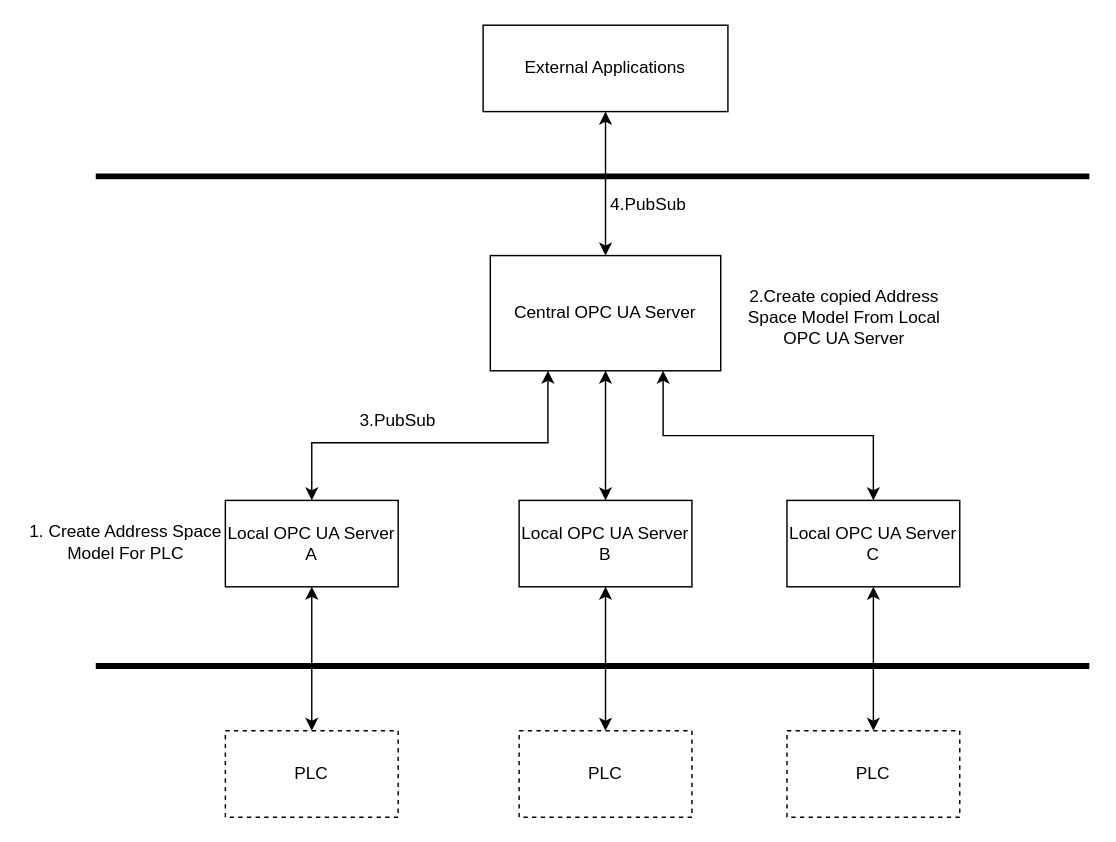
zxx8808/draw keeps this draw.io diagram as design/Untitled Diagram.drawio. Above is the earlier version. Source tidied: cells renumbered, new cells numbered last; positions are measured from the earlier drawing's top-left corner, leaving out a move shared by most shapes. Both pictures are drawn from the tidied source at 144%, with x=0, y=0 at pixel (24, 24).
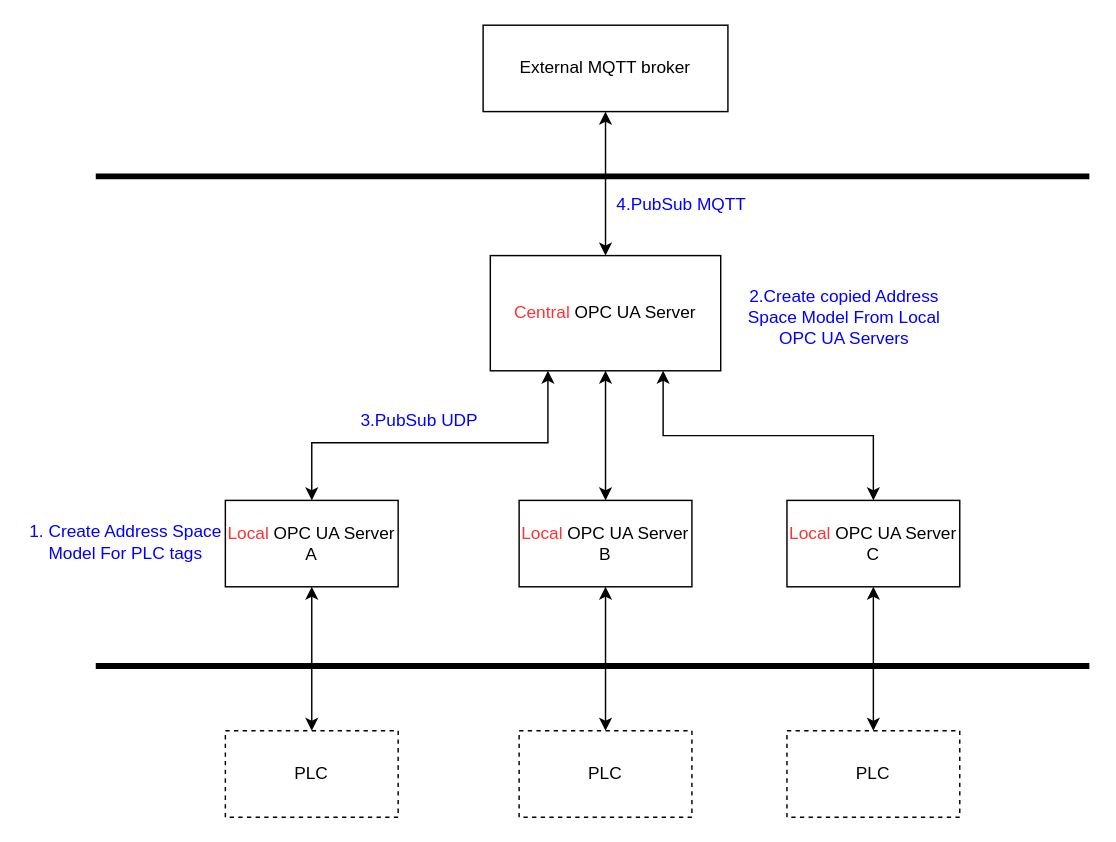
The same diagram, later.

Commit message:
chained opc ua.drawio

Diff of the diagram source:
```diff
@@
-    <mxCell id="3" value="Central OPC UA Server" style="rounded=0;whiteSpace=wrap;html=1;" parent="1" vertex="1">
+    <mxCell id="3" value="&lt;font color=&quot;#ff3333&quot;&gt;Central &lt;/font&gt;OPC UA Server" style="rounded=0;whiteSpace=wrap;html=1;" parent="1" vertex="1">
       <mxGeometry x="323" y="160" width="160" height="80" as="geometry" />
     </mxCell>
@@
-    <mxCell id="6" value="Local OPC UA Server A" style="rounded=0;whiteSpace=wrap;html=1;" parent="1" vertex="1">
+    <mxCell id="6" value="&lt;font color=&quot;#ff3333&quot;&gt;Local&lt;/font&gt; OPC UA Server A" style="rounded=0;whiteSpace=wrap;html=1;" parent="1" vertex="1">
       <mxGeometry x="139" y="330" width="120" height="60" as="geometry" />
     </mxCell>
@@
-    <mxCell id="8" value="3.PubSub" style="text;html=1;strokeColor=none;fillColor=none;align=center;verticalAlign=middle;whiteSpace=wrap;rounded=0;" parent="1" vertex="1">
-      <mxGeometry x="229" y="260" width="60" height="30" as="geometry" />
+    <mxCell id="8" value="&lt;font color=&quot;#0000ff&quot;&gt;3.PubSub UDP&lt;/font&gt;" style="text;html=1;strokeColor=none;fillColor=none;align=center;verticalAlign=middle;whiteSpace=wrap;rounded=0;" parent="1" vertex="1">
+      <mxGeometry x="229" y="260" width="90" height="30" as="geometry" />
     </mxCell>
-    <mxCell id="9" value="4.PubSub" style="text;html=1;strokeColor=none;fillColor=none;align=center;verticalAlign=middle;whiteSpace=wrap;rounded=0;" parent="1" vertex="1">
-      <mxGeometry x="403" y="110" width="60" height="30" as="geometry" />
+    <mxCell id="9" value="&lt;font color=&quot;#0000ff&quot;&gt;4.PubSub MQTT&lt;/font&gt;" style="text;html=1;strokeColor=none;fillColor=none;align=center;verticalAlign=middle;whiteSpace=wrap;rounded=0;" parent="1" vertex="1">
+      <mxGeometry x="403" y="110" width="106" height="30" as="geometry" />
     </mxCell>
@@
-    <mxCell id="12" value="1. Create Address Space Model For PLC" style="text;html=1;strokeColor=none;fillColor=none;align=center;verticalAlign=middle;whiteSpace=wrap;rounded=0;" parent="1" vertex="1">
+    <mxCell id="12" value="&lt;font color=&quot;#0000ff&quot;&gt;1. Create Address Space Model For PLC tags&lt;/font&gt;" style="text;html=1;strokeColor=none;fillColor=none;align=center;verticalAlign=middle;whiteSpace=wrap;rounded=0;" parent="1" vertex="1">
       <mxGeometry y="344" width="140" height="30" as="geometry" />
     </mxCell>
-    <mxCell id="13" value="2.Create copied Address Space Model From Local OPC UA Server" style="text;html=1;strokeColor=none;fillColor=none;align=center;verticalAlign=middle;whiteSpace=wrap;rounded=0;" parent="1" vertex="1">
+    <mxCell id="13" value="&lt;font color=&quot;#0000ff&quot;&gt;2.Create copied Address Space Model From Local OPC UA Servers&lt;/font&gt;" style="text;html=1;strokeColor=none;fillColor=none;align=center;verticalAlign=middle;whiteSpace=wrap;rounded=0;" parent="1" vertex="1">
       <mxGeometry x="499" y="180" width="140" height="45" as="geometry" />
     </mxCell>
@@
-    <mxCell id="16" value="Local OPC UA Server B" style="rounded=0;whiteSpace=wrap;html=1;" parent="1" vertex="1">
+    <mxCell id="16" value="&lt;font color=&quot;#ff3333&quot;&gt;Local &lt;/font&gt;OPC UA Server B" style="rounded=0;whiteSpace=wrap;html=1;" parent="1" vertex="1">
       <mxGeometry x="343" y="330" width="120" height="60" as="geometry" />
     </mxCell>
@@
-    <mxCell id="20" value="Local OPC UA Server C" style="rounded=0;whiteSpace=wrap;html=1;" parent="1" vertex="1">
+    <mxCell id="20" value="&lt;font color=&quot;#ff3333&quot;&gt;Local &lt;/font&gt;OPC UA Server C" style="rounded=0;whiteSpace=wrap;html=1;" parent="1" vertex="1">
       <mxGeometry x="529" y="330" width="120" height="60" as="geometry" />
     </mxCell>
@@
-    <mxCell id="22" value="External Applications" style="rounded=0;whiteSpace=wrap;html=1;" parent="1" vertex="1">
+    <mxCell id="22" value="External MQTT broker" style="rounded=0;whiteSpace=wrap;html=1;" parent="1" vertex="1">
       <mxGeometry x="318" width="170" height="60" as="geometry" />
     </mxCell>
```
